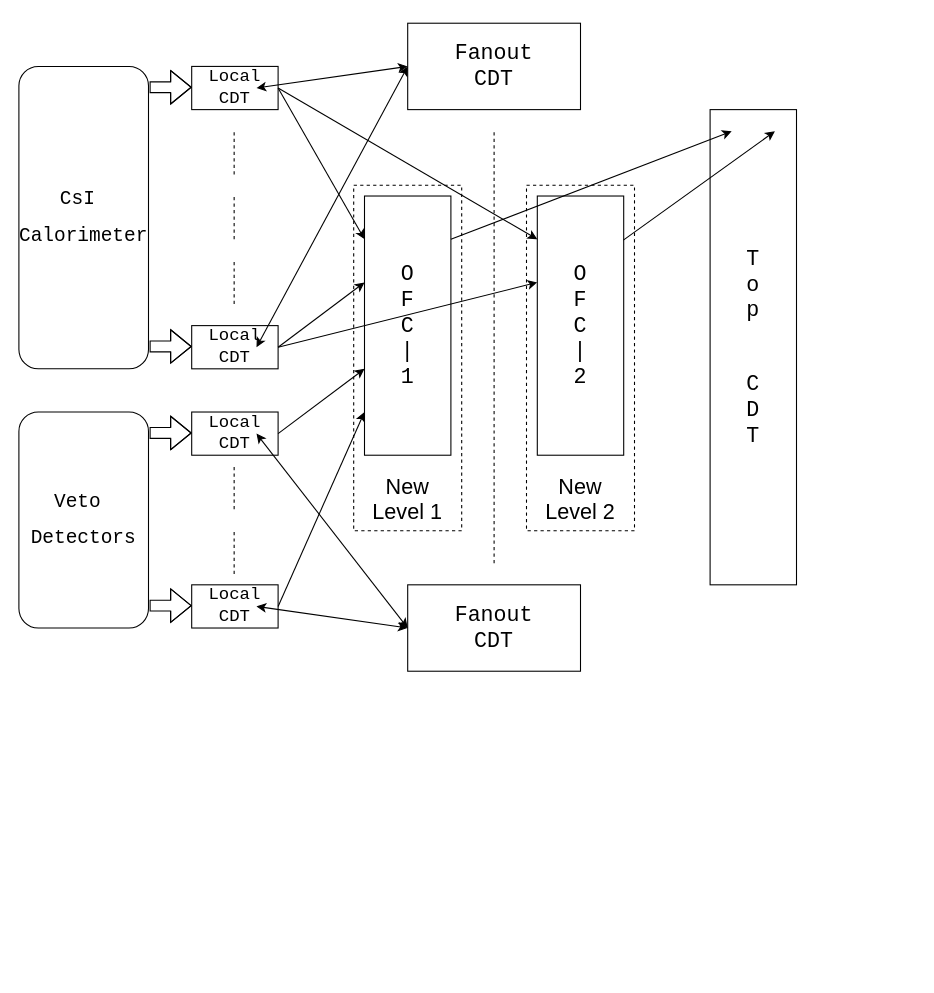
bai-ytluo/Chicago_Electronics keeps this draw.io diagram as DAQ_Trigger_System_View_Diagram.drawio. Above is the earlier version. Source tidied: cells renumbered, new cells numbered last; positions are measured from the earlier drawing's top-left corner, leaving out a move shared by most shapes. Both pictures are drawn from the tidied source at 108%, with x=0, y=0 at pixel (18, 23).
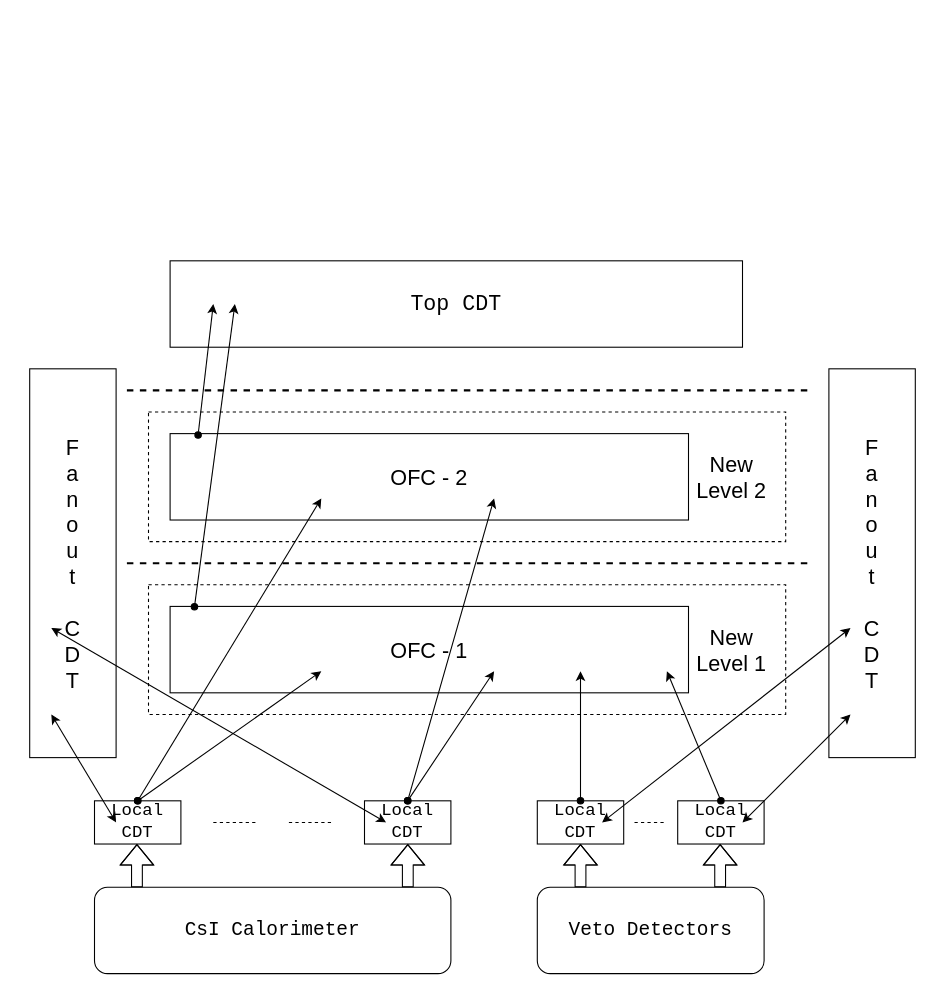
The same diagram, later.

Change to the diagram source:
```diff
@@
+    <mxCell id="38" style="rounded=0;whiteSpace=wrap;html=1;fillColor=none;dashed=1;" parent="1" vertex="1">
+      <mxGeometry x="120" y="520" width="590" height="120" as="geometry" />
+    </mxCell>
+    <mxCell id="40" style="rounded=0;whiteSpace=wrap;html=1;fillColor=none;dashed=1;" parent="1" vertex="1">
+      <mxGeometry x="120" y="360" width="590" height="120" as="geometry" />
+    </mxCell>
-    <mxCell id="2" value="&lt;pre style=&quot;font-size: 20px&quot;&gt;O&lt;br&gt;F&lt;br&gt;C&lt;br&gt;|&lt;br&gt;1&lt;/pre&gt;" style="rounded=0;whiteSpace=wrap;html=1;" parent="1" vertex="1">
-      <mxGeometry x="320" y="160" width="80" height="240" as="geometry" />
+    <mxCell id="2" value="&lt;p style=&quot;font-size: 20px&quot;&gt;OFC - 1&lt;/p&gt;" style="rounded=0;whiteSpace=wrap;html=1;" parent="1" vertex="1">
+      <mxGeometry x="140" y="540" width="480" height="80" as="geometry" />
     </mxCell>
-    <mxCell id="3" value="&lt;pre style=&quot;font-size: 20px&quot;&gt;O&lt;br&gt;F&lt;br&gt;C&lt;br&gt;|&lt;br&gt;2&lt;/pre&gt;" style="rounded=0;whiteSpace=wrap;html=1;" parent="1" vertex="1">
-      <mxGeometry x="480" y="160" width="80" height="240" as="geometry" />
-    </mxCell>
-    <mxCell id="4" value="&lt;pre style=&quot;font-size: 20px&quot;&gt;T&lt;br&gt;o&lt;br&gt;p&lt;/pre&gt;&lt;pre style=&quot;font-size: 20px&quot;&gt;&lt;br&gt;C&lt;br&gt;D&lt;br&gt;T&lt;/pre&gt;" style="rounded=0;whiteSpace=wrap;html=1;" parent="1" vertex="1">
-      <mxGeometry x="640" y="80" width="80" height="440" as="geometry" />
+    <mxCell id="4" value="&lt;pre style=&quot;font-size: 20px&quot;&gt;Top CDT&lt;/pre&gt;" style="rounded=0;whiteSpace=wrap;html=1;" parent="1" vertex="1">
+      <mxGeometry x="140" y="220" width="530" height="80" as="geometry" />
     </mxCell>
-    <mxCell id="5" value="&lt;pre style=&quot;font-size: 20px&quot;&gt;Fanout&lt;br&gt;CDT&lt;/pre&gt;" style="rounded=0;whiteSpace=wrap;html=1;" parent="1" vertex="1">
-      <mxGeometry x="360" width="160" height="80" as="geometry" />
-    </mxCell>
-    <mxCell id="6" value="&lt;pre style=&quot;font-size: 20px&quot;&gt;Fanout&lt;br&gt;CDT&lt;/pre&gt;" style="rounded=0;whiteSpace=wrap;html=1;" parent="1" vertex="1">
-      <mxGeometry x="360" y="520" width="160" height="80" as="geometry" />
-    </mxCell>
@@
     <mxCell id="8" value="&lt;pre style=&quot;font-size: 16px&quot;&gt;Local&lt;br&gt;CDT&lt;/pre&gt;" style="rounded=0;whiteSpace=wrap;html=1;" parent="1" vertex="1">
-      <mxGeometry x="160" y="40" width="80" height="40" as="geometry" />
+      <mxGeometry x="70" y="720" width="80" height="40" as="geometry" />
     </mxCell>
     <mxCell id="9" value="&lt;pre style=&quot;font-size: 16px&quot;&gt;Local&lt;br&gt;CDT&lt;/pre&gt;" style="rounded=0;whiteSpace=wrap;html=1;" parent="1" vertex="1">
-      <mxGeometry x="160" y="280" width="80" height="40" as="geometry" />
+      <mxGeometry x="320" y="720" width="80" height="40" as="geometry" />
     </mxCell>
     <mxCell id="10" value="&lt;pre style=&quot;font-size: 16px&quot;&gt;Local&lt;br&gt;CDT&lt;/pre&gt;" style="rounded=0;whiteSpace=wrap;html=1;" parent="1" vertex="1">
-      <mxGeometry x="160" y="360" width="80" height="40" as="geometry" />
+      <mxGeometry x="480" y="720" width="80" height="40" as="geometry" />
     </mxCell>
     <mxCell id="11" value="&lt;pre style=&quot;font-size: 16px&quot;&gt;Local&lt;br&gt;CDT&lt;/pre&gt;" style="rounded=0;whiteSpace=wrap;html=1;" parent="1" vertex="1">
-      <mxGeometry x="160" y="520" width="80" height="40" as="geometry" />
+      <mxGeometry x="610" y="720" width="80" height="40" as="geometry" />
     </mxCell>
-    <mxCell id="12" style="endArrow=none;dashed=1;html=1;" parent="1" edge="1">
-      <mxGeometry relative="1" as="geometry">
-        <mxPoint x="199.3" y="140" as="sourcePoint" />
-        <mxPoint x="199.3" y="100" as="targetPoint" />
-      </mxGeometry>
-    </mxCell>
-    <mxCell id="13" style="endArrow=none;dashed=1;html=1;" parent="1" edge="1">
-      <mxGeometry relative="1" as="geometry">
-        <mxPoint x="199.3" y="260" as="sourcePoint" />
-        <mxPoint x="199.3" y="220" as="targetPoint" />
-      </mxGeometry>
-    </mxCell>
-    <mxCell id="14" style="endArrow=none;dashed=1;html=1;" parent="1" edge="1">
-      <mxGeometry relative="1" as="geometry">
-        <mxPoint x="199.3" y="450" as="sourcePoint" />
-        <mxPoint x="199.3" y="410" as="targetPoint" />
-      </mxGeometry>
-    </mxCell>
-    <mxCell id="15" style="endArrow=none;dashed=1;html=1;" parent="1" edge="1">
-      <mxGeometry relative="1" as="geometry">
-        <mxPoint x="199.3" y="200" as="sourcePoint" />
-        <mxPoint x="199.3" y="160" as="targetPoint" />
-      </mxGeometry>
-    </mxCell>
     <mxCell id="16" style="endArrow=none;dashed=1;html=1;" parent="1" edge="1">
       <mxGeometry relative="1" as="geometry">
-        <mxPoint x="199.3" y="510" as="sourcePoint" />
-        <mxPoint x="199.3" y="470" as="targetPoint" />
+        <mxPoint x="570" y="740" as="sourcePoint" />
+        <mxPoint x="600" y="740" as="targetPoint" />
       </mxGeometry>
     </mxCell>
-    <mxCell id="17" value="&lt;pre&gt;&lt;font style=&quot;font-size: 18px&quot;&gt;CsI &lt;/font&gt;&lt;/pre&gt;&lt;pre&gt;&lt;font style=&quot;font-size: 18px&quot;&gt;Calorimeter&lt;/font&gt;&lt;/pre&gt;" style="rounded=1;whiteSpace=wrap;html=1;" parent="1" vertex="1">
-      <mxGeometry y="40" width="120" height="280" as="geometry" />
+    <mxCell id="17" value="&lt;pre style=&quot;font-size: 18px&quot;&gt;&lt;font style=&quot;font-size: 18px&quot;&gt;CsI &lt;/font&gt;Calorimeter&lt;/pre&gt;" style="rounded=1;whiteSpace=wrap;html=1;" parent="1" vertex="1">
+      <mxGeometry x="70" y="800" width="330" height="80" as="geometry" />
     </mxCell>
-    <mxCell id="18" value="&lt;pre&gt;&lt;font style=&quot;font-size: 18px&quot;&gt;Veto &lt;/font&gt;&lt;/pre&gt;&lt;pre&gt;&lt;font style=&quot;font-size: 18px&quot;&gt;Detectors&lt;/font&gt;&lt;/pre&gt;" style="rounded=1;whiteSpace=wrap;html=1;" parent="1" vertex="1">
-      <mxGeometry y="360" width="120" height="200" as="geometry" />
+    <mxCell id="18" value="&lt;pre style=&quot;font-size: 18px&quot;&gt;&lt;font style=&quot;font-size: 18px&quot;&gt;Veto &lt;/font&gt;Detectors&lt;/pre&gt;" style="rounded=1;whiteSpace=wrap;html=1;" parent="1" vertex="1">
+      <mxGeometry x="480" y="800" width="210" height="80" as="geometry" />
     </mxCell>
-    <mxCell id="19" style="edgeStyle=orthogonalEdgeStyle;rounded=0;orthogonalLoop=1;jettySize=auto;html=1;startArrow=none;startFill=0;endArrow=block;endFill=0;shape=flexArrow;" parent="1" edge="1">
-      <mxGeometry relative="1" as="geometry">
-        <mxPoint x="121" y="59.3" as="sourcePoint" />
-        <mxPoint x="160" y="59.3" as="targetPoint" />
-        <Array as="points">
-          <mxPoint x="140" y="59.3" />
-          <mxPoint x="140" y="59.3" />
-        </Array>
-      </mxGeometry>
-    </mxCell>
-    <mxCell id="20" style="edgeStyle=orthogonalEdgeStyle;rounded=0;orthogonalLoop=1;jettySize=auto;html=1;startArrow=none;startFill=0;endArrow=block;endFill=0;shape=flexArrow;" parent="1" edge="1">
-      <mxGeometry relative="1" as="geometry">
-        <mxPoint x="121" y="299.3" as="sourcePoint" />
-        <mxPoint x="160" y="299.3" as="targetPoint" />
-        <Array as="points">
-          <mxPoint x="140" y="299.3" />
-          <mxPoint x="140" y="299.3" />
-        </Array>
-      </mxGeometry>
-    </mxCell>
-    <mxCell id="21" style="edgeStyle=orthogonalEdgeStyle;rounded=0;orthogonalLoop=1;jettySize=auto;html=1;startArrow=none;startFill=0;endArrow=block;endFill=0;shape=flexArrow;" parent="1" edge="1">
-      <mxGeometry relative="1" as="geometry">
-        <mxPoint x="121" y="379.4" as="sourcePoint" />
-        <mxPoint x="160" y="379.4" as="targetPoint" />
-        <Array as="points">
-          <mxPoint x="140" y="379.4" />
-          <mxPoint x="140" y="379.4" />
-        </Array>
-      </mxGeometry>
-    </mxCell>
-    <mxCell id="22" style="edgeStyle=orthogonalEdgeStyle;rounded=0;orthogonalLoop=1;jettySize=auto;html=1;startArrow=none;startFill=0;endArrow=block;endFill=0;shape=flexArrow;" parent="1" edge="1">
-      <mxGeometry relative="1" as="geometry">
-        <mxPoint x="121" y="539.3" as="sourcePoint" />
-        <mxPoint x="160" y="539.3" as="targetPoint" />
-        <Array as="points">
-          <mxPoint x="140" y="539.3" />
-          <mxPoint x="140" y="539.3" />
-        </Array>
-      </mxGeometry>
-    </mxCell>
-    <mxCell id="23" style="endArrow=classic;html=1;exitX=1;exitY=0.5;exitDx=0;exitDy=0;" parent="1" edge="1" source="8">
-      <mxGeometry relative="1" as="geometry">
-        <mxPoint x="320" y="200" as="targetPoint" />
-      </mxGeometry>
-    </mxCell>
-    <mxCell id="24" style="endArrow=classic;html=1;exitX=1;exitY=0.5;exitDx=0;exitDy=0;" parent="1" edge="1" source="9">
-      <mxGeometry relative="1" as="geometry">
-        <mxPoint x="320" y="240" as="targetPoint" />
-      </mxGeometry>
-    </mxCell>
-    <mxCell id="25" style="endArrow=none;dashed=1;html=1;" parent="1" edge="1">
+    <mxCell id="25" style="endArrow=none;dashed=1;html=1;strokeWidth=2;" parent="1" edge="1">
       <mxGeometry relative="1" as="geometry">
-        <mxPoint x="440" y="500" as="sourcePoint" />
-        <mxPoint x="440" y="100" as="targetPoint" />
+        <mxPoint x="730" y="500" as="sourcePoint" />
+        <mxPoint x="100" y="500" as="targetPoint" />
       </mxGeometry>
     </mxCell>
-    <mxCell id="26" style="endArrow=classic;html=1;exitX=1;exitY=0.5;exitDx=0;exitDy=0;" parent="1" edge="1" source="10">
+    <mxCell id="26" style="endArrow=classic;html=1;exitX=0.5;exitY=0;exitDx=0;exitDy=0;startArrow=oval;startFill=1;" parent="1" edge="1" source="10">
       <mxGeometry relative="1" as="geometry">
-        <mxPoint x="320" y="320" as="targetPoint" />
+        <mxPoint x="520" y="600" as="targetPoint" />
       </mxGeometry>
     </mxCell>
-    <mxCell id="27" style="endArrow=classic;html=1;exitX=1;exitY=0.5;exitDx=0;exitDy=0;" parent="1" edge="1" source="11">
+    <mxCell id="27" style="endArrow=classic;html=1;exitX=0.5;exitY=0;exitDx=0;exitDy=0;startArrow=oval;startFill=1;" parent="1" edge="1" source="11">
       <mxGeometry relative="1" as="geometry">
-        <mxPoint x="320" y="360" as="targetPoint" />
+        <mxPoint x="600" y="600" as="targetPoint" />
       </mxGeometry>
     </mxCell>
-    <mxCell id="28" style="endArrow=classic;html=1;exitX=1;exitY=0.5;exitDx=0;exitDy=0;" parent="1" edge="1" source="8">
+    <mxCell id="28" style="endArrow=classic;html=1;exitX=0.5;exitY=0;exitDx=0;exitDy=0;startArrow=oval;startFill=1;" parent="1" edge="1" source="8">
       <mxGeometry relative="1" as="geometry">
-        <mxPoint x="480" y="200" as="targetPoint" />
+        <mxPoint x="280" y="600" as="targetPoint" />
       </mxGeometry>
     </mxCell>
-    <mxCell id="29" style="endArrow=classic;html=1;exitX=1;exitY=0.5;exitDx=0;exitDy=0;" parent="1" edge="1" source="9">
+    <mxCell id="29" style="endArrow=classic;html=1;exitX=0.5;exitY=0;exitDx=0;exitDy=0;startArrow=oval;startFill=1;" parent="1" edge="1" source="9">
       <mxGeometry relative="1" as="geometry">
-        <mxPoint x="480" y="240" as="targetPoint" />
+        <mxPoint x="440" y="600" as="targetPoint" />
       </mxGeometry>
     </mxCell>
     <mxCell id="30" value="&lt;font style=&quot;font-size: 20px&quot;&gt;New Level 1&lt;/font&gt;" style="text;html=1;strokeColor=none;fillColor=none;align=center;verticalAlign=middle;whiteSpace=wrap;rounded=0;" parent="1" vertex="1">
-      <mxGeometry x="320" y="420" width="80" height="40" as="geometry" />
+      <mxGeometry x="620" y="560" width="80" height="40" as="geometry" />
     </mxCell>
+    <mxCell id="41" style="endArrow=none;dashed=1;html=1;" parent="1" edge="1">
+      <mxGeometry relative="1" as="geometry">
+        <mxPoint x="250" y="740" as="sourcePoint" />
+        <mxPoint x="290" y="740" as="targetPoint" />
+      </mxGeometry>
+    </mxCell>
+    <mxCell id="42" style="endArrow=none;dashed=1;html=1;" parent="1" edge="1">
+      <mxGeometry relative="1" as="geometry">
+        <mxPoint x="180" y="740" as="sourcePoint" />
+        <mxPoint x="220" y="740" as="targetPoint" />
+      </mxGeometry>
+    </mxCell>
+    <mxCell id="43" style="edgeStyle=orthogonalEdgeStyle;rounded=0;orthogonalLoop=1;jettySize=auto;html=1;exitX=0.5;exitY=1;exitDx=0;exitDy=0;startArrow=block;startFill=1;endArrow=none;endFill=0;shape=flexArrow;" parent="1" edge="1">
+      <mxGeometry relative="1" as="geometry">
+        <mxPoint x="109.3" y="760" as="sourcePoint" />
+        <mxPoint x="109.3" y="800" as="targetPoint" />
+        <Array as="points">
+          <mxPoint x="109.3" y="780" />
+          <mxPoint x="109.3" y="780" />
+        </Array>
+      </mxGeometry>
+    </mxCell>
+    <mxCell id="44" style="edgeStyle=orthogonalEdgeStyle;rounded=0;orthogonalLoop=1;jettySize=auto;html=1;exitX=0.5;exitY=1;exitDx=0;exitDy=0;startArrow=block;startFill=1;endArrow=none;endFill=0;shape=flexArrow;" parent="1" edge="1">
+      <mxGeometry relative="1" as="geometry">
+        <mxPoint x="360.1" y="760" as="sourcePoint" />
+        <mxPoint x="360.1" y="800" as="targetPoint" />
+        <Array as="points">
+          <mxPoint x="360.1" y="780" />
+          <mxPoint x="360.1" y="780" />
+        </Array>
+      </mxGeometry>
+    </mxCell>
+    <mxCell id="45" style="edgeStyle=orthogonalEdgeStyle;rounded=0;orthogonalLoop=1;jettySize=auto;html=1;exitX=0.5;exitY=1;exitDx=0;exitDy=0;startArrow=block;startFill=1;endArrow=none;endFill=0;shape=flexArrow;" parent="1" edge="1">
+      <mxGeometry relative="1" as="geometry">
+        <mxPoint x="520" y="760" as="sourcePoint" />
+        <mxPoint x="520" y="800" as="targetPoint" />
+        <Array as="points">
+          <mxPoint x="520" y="780" />
+          <mxPoint x="520" y="780" />
+        </Array>
+      </mxGeometry>
+    </mxCell>
+    <mxCell id="46" style="edgeStyle=orthogonalEdgeStyle;rounded=0;orthogonalLoop=1;jettySize=auto;html=1;exitX=0.5;exitY=1;exitDx=0;exitDy=0;startArrow=block;startFill=1;endArrow=none;endFill=0;shape=flexArrow;" parent="1" edge="1">
+      <mxGeometry relative="1" as="geometry">
+        <mxPoint x="649.3" y="760" as="sourcePoint" />
+        <mxPoint x="649.3" y="800" as="targetPoint" />
+        <Array as="points">
+          <mxPoint x="649.3" y="780" />
+          <mxPoint x="649.3" y="780" />
+        </Array>
+      </mxGeometry>
+    </mxCell>
+    <mxCell id="47" value="&lt;p style=&quot;font-size: 20px&quot;&gt;OFC - 2&lt;/p&gt;" style="rounded=0;whiteSpace=wrap;html=1;" parent="1" vertex="1">
+      <mxGeometry x="140" y="380" width="480" height="80" as="geometry" />
+    </mxCell>
+    <mxCell id="48" style="endArrow=none;dashed=1;html=1;strokeWidth=2;" parent="1" edge="1">
+      <mxGeometry relative="1" as="geometry">
+        <mxPoint x="730" y="340" as="sourcePoint" />
+        <mxPoint x="100" y="340" as="targetPoint" />
+      </mxGeometry>
+    </mxCell>
     <mxCell id="31" value="&lt;font style=&quot;font-size: 20px&quot;&gt;New Level 2&lt;/font&gt;" style="text;html=1;strokeColor=none;fillColor=none;align=center;verticalAlign=middle;whiteSpace=wrap;rounded=0;" parent="1" vertex="1">
-      <mxGeometry x="480" y="420" width="80" height="40" as="geometry" />
+      <mxGeometry x="620" y="400" width="80" height="40" as="geometry" />
     </mxCell>
-    <mxCell id="32" style="endArrow=classic;html=1;exitX=1;exitY=0.167;exitDx=0;exitDy=0;exitPerimeter=0;" parent="1" edge="1" source="2">
-      <mxGeometry relative="1" as="geometry">
-        <mxPoint x="660" y="100" as="targetPoint" />
-      </mxGeometry>
-    </mxCell>
-    <mxCell id="33" style="endArrow=classic;html=1;exitX=0.996;exitY=0.17;exitDx=0;exitDy=0;exitPerimeter=0;" parent="1" edge="1" source="3">
-      <mxGeometry relative="1" as="geometry">
-        <mxPoint x="700" y="100" as="targetPoint" />
-      </mxGeometry>
-    </mxCell>
+    <mxCell id="24" style="endArrow=classic;html=1;exitX=0.5;exitY=0;exitDx=0;exitDy=0;startArrow=oval;startFill=1;" parent="1" edge="1" source="9">
+      <mxGeometry relative="1" as="geometry">
+        <mxPoint x="440" y="440" as="targetPoint" />
+      </mxGeometry>
+    </mxCell>
+    <mxCell id="23" style="endArrow=classic;html=1;exitX=0.5;exitY=0;exitDx=0;exitDy=0;startArrow=oval;startFill=1;" parent="1" edge="1" source="8">
+      <mxGeometry relative="1" as="geometry">
+        <mxPoint x="280" y="440" as="targetPoint" />
+      </mxGeometry>
+    </mxCell>
+    <mxCell id="49" value="&lt;font style=&quot;font-size: 20px&quot;&gt;F&lt;br&gt;a&lt;br&gt;n&lt;br&gt;o&lt;br&gt;u&lt;br&gt;t&lt;br&gt;&lt;br&gt;C&lt;br&gt;D&lt;br&gt;T&lt;/font&gt;" style="rounded=0;whiteSpace=wrap;html=1;" parent="1" vertex="1">
+      <mxGeometry x="10" y="320" width="80" height="360" as="geometry" />
+    </mxCell>
+    <mxCell id="50" value="&lt;font style=&quot;font-size: 20px&quot;&gt;F&lt;br&gt;a&lt;br&gt;n&lt;br&gt;o&lt;br&gt;u&lt;br&gt;t&lt;br&gt;&lt;br&gt;C&lt;br&gt;D&lt;br&gt;T&lt;/font&gt;" style="rounded=0;whiteSpace=wrap;html=1;" parent="1" vertex="1">
+      <mxGeometry x="750" y="320" width="80" height="360" as="geometry" />
+    </mxCell>
-    <mxCell id="34" style="endArrow=classic;html=1;entryX=0;entryY=0.5;entryDx=0;entryDy=0;startArrow=classic;startFill=1;" parent="1" edge="1" target="5">
+    <mxCell id="34" style="endArrow=classic;html=1;startArrow=classic;startFill=1;" parent="1" edge="1">
       <mxGeometry relative="1" as="geometry">
-        <mxPoint x="220" y="60" as="sourcePoint" />
+        <mxPoint x="30" y="640" as="sourcePoint" />
+        <mxPoint x="90" y="740" as="targetPoint" />
       </mxGeometry>
     </mxCell>
-    <mxCell id="35" style="endArrow=classic;html=1;startArrow=classic;startFill=1;entryX=0;entryY=0.5;entryDx=0;entryDy=0;" parent="1" edge="1" target="5">
-      <mxGeometry relative="1" as="geometry">
-        <mxPoint x="220" y="300" as="sourcePoint" />
-      </mxGeometry>
-    </mxCell>
-    <mxCell id="36" style="endArrow=classic;html=1;entryX=0;entryY=0.5;entryDx=0;entryDy=0;startArrow=classic;startFill=1;" parent="1" edge="1" target="6">
-      <mxGeometry relative="1" as="geometry">
-        <mxPoint x="220" y="380" as="sourcePoint" />
-      </mxGeometry>
-    </mxCell>
-    <mxCell id="37" style="endArrow=classic;html=1;startArrow=classic;startFill=1;entryX=0;entryY=0.5;entryDx=0;entryDy=0;" parent="1" edge="1" target="6">
-      <mxGeometry relative="1" as="geometry">
-        <mxPoint x="220" y="540" as="sourcePoint" />
-      </mxGeometry>
-    </mxCell>
-    <mxCell id="38" style="rounded=0;whiteSpace=wrap;html=1;fillColor=none;dashed=1;" parent="1" vertex="1">
-      <mxGeometry x="310" y="150" width="100" height="320" as="geometry" />
-    </mxCell>
-    <mxCell id="39" style="rounded=0;whiteSpace=wrap;html=1;fillColor=none;dashed=1;" parent="1" vertex="1">
-      <mxGeometry x="470" y="150" width="100" height="320" as="geometry" />
-    </mxCell>
+    <mxCell id="51" style="endArrow=classic;html=1;startArrow=classic;startFill=1;" parent="1" edge="1">
+      <mxGeometry relative="1" as="geometry">
+        <mxPoint x="30" y="560" as="sourcePoint" />
+        <mxPoint x="340" y="740" as="targetPoint" />
+      </mxGeometry>
+    </mxCell>
+    <mxCell id="52" style="endArrow=classic;html=1;startArrow=classic;startFill=1;fontStyle=1;" parent="1" edge="1">
+      <mxGeometry relative="1" as="geometry">
+        <mxPoint x="770" y="560" as="sourcePoint" />
+        <mxPoint x="540" y="740" as="targetPoint" />
+      </mxGeometry>
+    </mxCell>
+    <mxCell id="53" style="endArrow=classic;html=1;startArrow=classic;startFill=1;" parent="1" edge="1">
+      <mxGeometry relative="1" as="geometry">
+        <mxPoint x="770" y="640" as="sourcePoint" />
+        <mxPoint x="670" y="740" as="targetPoint" />
+      </mxGeometry>
+    </mxCell>
+    <mxCell id="54" style="endArrow=classic;html=1;exitX=0.054;exitY=0.015;exitDx=0;exitDy=0;exitPerimeter=0;startArrow=oval;startFill=1;" parent="1" edge="1" source="47">
+      <mxGeometry relative="1" as="geometry">
+        <mxPoint x="180" y="260" as="targetPoint" />
+      </mxGeometry>
+    </mxCell>
+    <mxCell id="55" style="endArrow=classic;html=1;exitX=0.047;exitY=0.004;exitDx=0;exitDy=0;exitPerimeter=0;startArrow=oval;startFill=1;" parent="1" edge="1" source="2">
+      <mxGeometry relative="1" as="geometry">
+        <mxPoint x="200" y="260" as="targetPoint" />
+      </mxGeometry>
+    </mxCell>
```
